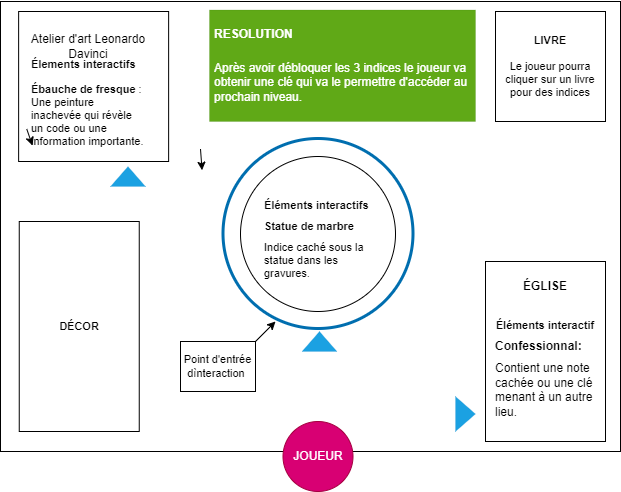
Before: medias/renaissance.png, a diagram exported from draw.io (Chrono-Escape-Project/VR-Escape-Game). Source tidied: cells renumbered, new cells last; positions are measured from the earlier drawing's top-left corner, leaving out a move shared by most shapes. The source it was exported from:
```xml
<mxGraphModel>
  <root>
    <mxCell id="0" />
    <mxCell id="1" parent="0" />
    <mxCell id="2" style="whiteSpace=wrap;html=1;" parent="1" vertex="1">
      <mxGeometry width="620" height="450" as="geometry" />
    </mxCell>
    <mxCell id="3" value="JOUEUR" style="ellipse;whiteSpace=wrap;html=1;fillColor=#d80073;fontColor=#ffffff;strokeColor=#A50040;" parent="1" vertex="1">
      <mxGeometry x="282.5" y="420" width="70" height="70" as="geometry" />
    </mxCell>
    <mxCell id="4" style="ellipse;whiteSpace=wrap;html=1;" parent="1" vertex="1">
      <mxGeometry x="240" y="155" width="155" height="155" as="geometry" />
    </mxCell>
    <mxCell id="5" value="Atelier d'art Leonardo Davinci" style="text;html=1;strokeColor=none;fillColor=none;align=center;verticalAlign=middle;whiteSpace=wrap;rounded=0;" parent="1" vertex="1">
      <mxGeometry x="18.1" y="30" width="140" height="30" as="geometry" />
    </mxCell>
    <mxCell id="6" value="&lt;h1 style=&quot;font-size: 11px;&quot;&gt;&lt;font style=&quot;font-size: 11px;&quot;&gt;Élements interactifs&lt;/font&gt;&lt;/h1&gt;&lt;p style=&quot;font-size: 11px;&quot;&gt;&lt;font style=&quot;font-size: 11px;&quot;&gt;&lt;strong style=&quot;&quot;&gt;Ébauche de fresque&lt;/strong&gt; : Une peinture inachevée qui révèle un code ou une information importante.&lt;/font&gt;&lt;br&gt;&lt;/p&gt;" style="text;html=1;strokeColor=none;fillColor=none;spacing=5;spacingTop=-20;whiteSpace=wrap;overflow=hidden;rounded=0;strokeWidth=0;" parent="1" vertex="1">
      <mxGeometry x="26.2" y="60" width="123.8" height="90" as="geometry" />
    </mxCell>
    <mxCell id="7" value="&lt;b&gt;DÉCOR&lt;/b&gt;" style="rounded=0;whiteSpace=wrap;html=1;strokeWidth=1;fontSize=11;" parent="1" vertex="1">
      <mxGeometry x="18.8" y="220" width="120" height="210" as="geometry" />
    </mxCell>
    <mxCell id="8" style="shape=trapezoid;perimeter=trapezoidPerimeter;whiteSpace=wrap;html=1;fixedSize=1;strokeWidth=0;fontSize=11;fillColor=#1ba1e2;fontColor=#ffffff;strokeColor=#006EAF;" parent="1" vertex="1">
      <mxGeometry x="110" y="165" width="35" height="20" as="geometry" />
    </mxCell>
    <mxCell id="9" style="ellipse;whiteSpace=wrap;html=1;strokeWidth=3;fontSize=11;fillColor=none;fontColor=#ffffff;strokeColor=#006EAF;" parent="1" vertex="1">
      <mxGeometry x="222.5" y="137" width="190" height="190" as="geometry" />
    </mxCell>
    <mxCell id="10" value="&lt;b&gt;LIVRE&lt;br&gt;&amp;nbsp;&lt;/b&gt;&lt;br&gt;Le joueur pourra cliquer sur un livre pour des indices" style="whiteSpace=wrap;html=1;strokeWidth=1;fontSize=11;fillColor=none;strokeColor=default;" parent="1" vertex="1">
      <mxGeometry x="495" y="10" width="110" height="110" as="geometry" />
    </mxCell>
    <mxCell id="11" value="&lt;h1 style=&quot;font-size: 11px;&quot;&gt;&lt;br&gt;&lt;/h1&gt;&lt;h1 style=&quot;font-size: 11px;&quot;&gt;&lt;br&gt;&lt;/h1&gt;&lt;h1 style=&quot;font-size: 11px;&quot;&gt;Éléments interactifs&amp;nbsp;&lt;/h1&gt;&lt;h1 style=&quot;font-size: 11px;&quot;&gt;Statue de marbre&lt;/h1&gt;&lt;h1 style=&quot;font-size: 11px;&quot;&gt;&lt;span style=&quot;font-weight: normal; background-color: initial;&quot;&gt;Indice caché sous la statue dans les gravures.&lt;/span&gt;&lt;br&gt;&lt;/h1&gt;" style="text;html=1;strokeColor=none;fillColor=none;spacing=5;spacingTop=-20;whiteSpace=wrap;overflow=hidden;rounded=0;strokeWidth=1;fontSize=11;" parent="1" vertex="1">
      <mxGeometry x="259" y="160" width="130" height="120" as="geometry" />
    </mxCell>
    <mxCell id="12" value="Point d'entrée dìnteraction&amp;nbsp;" style="text;html=1;strokeColor=default;fillColor=default;align=center;verticalAlign=middle;whiteSpace=wrap;rounded=0;strokeWidth=1;fontSize=11;" parent="1" vertex="1">
      <mxGeometry x="180" y="340" width="75" height="50" as="geometry" />
    </mxCell>
    <mxCell id="13" style="endArrow=classic;html=1;fontSize=11;exitX=1;exitY=0;exitDx=0;exitDy=0;" parent="1" edge="1" source="12">
      <mxGeometry relative="1" as="geometry">
        <mxPoint x="275" y="320" as="targetPoint" />
      </mxGeometry>
    </mxCell>
    <mxCell id="14" style="rounded=0;whiteSpace=wrap;html=1;strokeColor=default;strokeWidth=1;fontSize=11;fillColor=default;" parent="1" vertex="1">
      <mxGeometry x="485" y="260" width="120" height="180" as="geometry" />
    </mxCell>
    <mxCell id="15" value="&lt;h1 style=&quot;font-size: 12px;&quot;&gt;&lt;font style=&quot;font-size: 12px;&quot;&gt;&lt;strong style=&quot;&quot;&gt;Confessionnal&lt;/strong&gt;:&amp;nbsp;&lt;/font&gt;&lt;/h1&gt;&lt;h1 style=&quot;font-size: 12px;&quot;&gt;&lt;span style=&quot;font-weight: normal;&quot;&gt;&lt;font style=&quot;font-size: 12px;&quot;&gt;Contient une note cachée ou une clé menant à un autre lieu.&lt;/font&gt;&lt;/span&gt;&lt;br&gt;&lt;/h1&gt;" style="text;html=1;strokeColor=none;fillColor=none;spacing=5;spacingTop=-20;whiteSpace=wrap;overflow=hidden;rounded=0;strokeWidth=1;fontSize=11;" parent="1" vertex="1">
      <mxGeometry x="490" y="340" width="110" height="80" as="geometry" />
    </mxCell>
    <mxCell id="16" value="&lt;b&gt;&lt;font style=&quot;font-size: 11px;&quot;&gt;Éléments interactif&lt;/font&gt;&lt;/b&gt;" style="text;html=1;strokeColor=none;fillColor=none;align=center;verticalAlign=middle;whiteSpace=wrap;rounded=0;strokeWidth=0;fontSize=12;" parent="1" vertex="1">
      <mxGeometry x="485" y="307" width="120" height="33" as="geometry" />
    </mxCell>
    <mxCell id="17" value="&lt;b&gt;ÉGLISE&lt;/b&gt;" style="text;html=1;strokeColor=none;fillColor=none;align=center;verticalAlign=middle;whiteSpace=wrap;rounded=0;strokeWidth=0;fontSize=12;" parent="1" vertex="1">
      <mxGeometry x="515" y="270" width="60" height="30" as="geometry" />
    </mxCell>
    <mxCell id="18" value="&lt;h1 style=&quot;&quot;&gt;&lt;font style=&quot;font-size: 12px;&quot;&gt;RESOLUTION&lt;/font&gt;&lt;/h1&gt;&lt;p style=&quot;&quot;&gt;&lt;font style=&quot;font-size: 12px;&quot;&gt;Après avoir débloquer les 3 indices le joueur va obtenir une clé qui va le permettre d'accéder au prochain niveau.&lt;/font&gt;&lt;/p&gt;" style="text;html=1;strokeColor=#2D7600;fillColor=#60a917;spacing=5;spacingTop=-20;whiteSpace=wrap;overflow=hidden;rounded=0;strokeWidth=0;fontSize=12;fontColor=#ffffff;" parent="1" vertex="1">
      <mxGeometry x="209" y="8.5" width="266" height="111.5" as="geometry" />
    </mxCell>
    <mxCell id="19" style="edgeStyle=none;html=1;exitX=1;exitY=0.5;exitDx=0;exitDy=0;entryX=1.01;entryY=0.637;entryDx=0;entryDy=0;entryPerimeter=0;fontSize=12;" parent="1" edge="1">
      <mxGeometry relative="1" as="geometry">
        <mxPoint x="200" y="147.5" as="sourcePoint" />
        <mxPoint x="201.5" y="168.7" as="targetPoint" />
      </mxGeometry>
    </mxCell>
    <mxCell id="20" style="edgeStyle=none;html=1;exitX=0;exitY=0.75;exitDx=0;exitDy=0;entryX=0.046;entryY=0.933;entryDx=0;entryDy=0;entryPerimeter=0;fontSize=12;" parent="1" edge="1" source="6" target="6">
      <mxGeometry relative="1" as="geometry" />
    </mxCell>
    <mxCell id="21" style="whiteSpace=wrap;html=1;strokeColor=default;strokeWidth=1;fontSize=12;fillColor=none;" parent="1" vertex="1">
      <mxGeometry x="18.1" y="10" width="150" height="150" as="geometry" />
    </mxCell>
    <mxCell id="22" style="shape=trapezoid;perimeter=trapezoidPerimeter;whiteSpace=wrap;html=1;fixedSize=1;strokeWidth=0;fontSize=11;fillColor=#1ba1e2;fontColor=#ffffff;strokeColor=#006EAF;direction=south;" parent="1" vertex="1">
      <mxGeometry x="455" y="395" width="20" height="35" as="geometry" />
    </mxCell>
    <mxCell id="23" style="shape=trapezoid;perimeter=trapezoidPerimeter;whiteSpace=wrap;html=1;fixedSize=1;strokeWidth=0;fontSize=11;fillColor=#1ba1e2;fontColor=#ffffff;strokeColor=#006EAF;direction=east;" parent="1" vertex="1">
      <mxGeometry x="301.5" y="330" width="35" height="20" as="geometry" />
    </mxCell>
  </root>
</mxGraphModel>
```
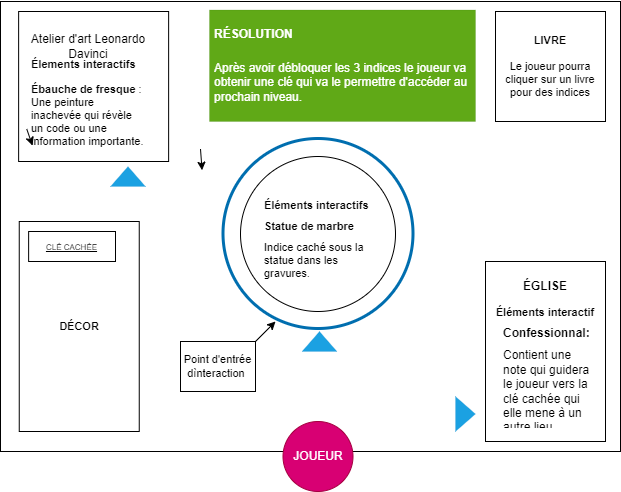
The same diagram one commit later.

Commit message:
Schema programmation renaissance

Change to the diagram source:
```diff
@@ -43,16 +43,16 @@
     <mxCell id="14" style="rounded=0;whiteSpace=wrap;html=1;strokeColor=default;strokeWidth=1;fontSize=11;fillColor=default;" parent="1" vertex="1">
       <mxGeometry x="485" y="260" width="120" height="180" as="geometry" />
     </mxCell>
-    <mxCell id="15" value="&lt;h1 style=&quot;font-size: 12px;&quot;&gt;&lt;font style=&quot;font-size: 12px;&quot;&gt;&lt;strong style=&quot;&quot;&gt;Confessionnal&lt;/strong&gt;:&amp;nbsp;&lt;/font&gt;&lt;/h1&gt;&lt;h1 style=&quot;font-size: 12px;&quot;&gt;&lt;span style=&quot;font-weight: normal;&quot;&gt;&lt;font style=&quot;font-size: 12px;&quot;&gt;Contient une note cachée ou une clé menant à un autre lieu.&lt;/font&gt;&lt;/span&gt;&lt;br&gt;&lt;/h1&gt;" style="text;html=1;strokeColor=none;fillColor=none;spacing=5;spacingTop=-20;whiteSpace=wrap;overflow=hidden;rounded=0;strokeWidth=1;fontSize=11;" parent="1" vertex="1">
-      <mxGeometry x="490" y="340" width="110" height="80" as="geometry" />
+    <mxCell id="15" value="&lt;h1 style=&quot;font-size: 12px;&quot;&gt;&lt;font style=&quot;font-size: 12px;&quot;&gt;&lt;strong style=&quot;&quot;&gt;Confessionnal&lt;/strong&gt;:&amp;nbsp;&lt;/font&gt;&lt;/h1&gt;&lt;h1 style=&quot;font-size: 12px;&quot;&gt;&lt;span style=&quot;font-weight: normal;&quot;&gt;&lt;font style=&quot;font-size: 12px;&quot;&gt;Contient une note qui guidera le joueur vers la clé cachée qui elle mene à un autre lieu.&lt;/font&gt;&lt;/span&gt;&lt;br&gt;&lt;/h1&gt;" style="text;html=1;strokeColor=none;fillColor=none;spacing=5;spacingTop=-20;whiteSpace=wrap;overflow=hidden;rounded=0;strokeWidth=1;fontSize=11;" parent="1" vertex="1">
+      <mxGeometry x="497.5" y="327" width="95" height="100" as="geometry" />
     </mxCell>
     <mxCell id="16" value="&lt;b&gt;&lt;font style=&quot;font-size: 11px;&quot;&gt;Éléments interactif&lt;/font&gt;&lt;/b&gt;" style="text;html=1;strokeColor=none;fillColor=none;align=center;verticalAlign=middle;whiteSpace=wrap;rounded=0;strokeWidth=0;fontSize=12;" parent="1" vertex="1">
-      <mxGeometry x="485" y="307" width="120" height="33" as="geometry" />
+      <mxGeometry x="485" y="294" width="120" height="33" as="geometry" />
     </mxCell>
     <mxCell id="17" value="&lt;b&gt;ÉGLISE&lt;/b&gt;" style="text;html=1;strokeColor=none;fillColor=none;align=center;verticalAlign=middle;whiteSpace=wrap;rounded=0;strokeWidth=0;fontSize=12;" parent="1" vertex="1">
       <mxGeometry x="515" y="270" width="60" height="30" as="geometry" />
     </mxCell>
-    <mxCell id="18" value="&lt;h1 style=&quot;&quot;&gt;&lt;font style=&quot;font-size: 12px;&quot;&gt;RESOLUTION&lt;/font&gt;&lt;/h1&gt;&lt;p style=&quot;&quot;&gt;&lt;font style=&quot;font-size: 12px;&quot;&gt;Après avoir débloquer les 3 indices le joueur va obtenir une clé qui va le permettre d'accéder au prochain niveau.&lt;/font&gt;&lt;/p&gt;" style="text;html=1;strokeColor=#2D7600;fillColor=#60a917;spacing=5;spacingTop=-20;whiteSpace=wrap;overflow=hidden;rounded=0;strokeWidth=0;fontSize=12;fontColor=#ffffff;" parent="1" vertex="1">
+    <mxCell id="18" value="&lt;h1 style=&quot;&quot;&gt;&lt;font style=&quot;font-size: 12px;&quot;&gt;RÉSOLUTION&lt;/font&gt;&lt;/h1&gt;&lt;p style=&quot;&quot;&gt;&lt;font style=&quot;font-size: 12px;&quot;&gt;Après avoir débloquer les 3 indices le joueur va obtenir une clé qui va le permettre d'accéder au prochain niveau.&lt;/font&gt;&lt;/p&gt;" style="text;html=1;strokeColor=#2D7600;fillColor=#60a917;spacing=5;spacingTop=-20;whiteSpace=wrap;overflow=hidden;rounded=0;strokeWidth=0;fontSize=12;fontColor=#ffffff;" parent="1" vertex="1">
       <mxGeometry x="209" y="8.5" width="266" height="111.5" as="geometry" />
     </mxCell>
     <mxCell id="19" style="edgeStyle=none;html=1;exitX=1;exitY=0.5;exitDx=0;exitDy=0;entryX=1.01;entryY=0.637;entryDx=0;entryDy=0;entryPerimeter=0;fontSize=12;" parent="1" edge="1">
@@ -73,5 +73,8 @@
     <mxCell id="23" style="shape=trapezoid;perimeter=trapezoidPerimeter;whiteSpace=wrap;html=1;fixedSize=1;strokeWidth=0;fontSize=11;fillColor=#1ba1e2;fontColor=#ffffff;strokeColor=#006EAF;direction=east;" parent="1" vertex="1">
       <mxGeometry x="301.5" y="330" width="35" height="20" as="geometry" />
     </mxCell>
+    <mxCell id="24" value="&lt;font style=&quot;font-size: 8px;&quot;&gt;&lt;u&gt;CLÉ CACHÉE&lt;/u&gt;&lt;/font&gt;" style="rounded=0;whiteSpace=wrap;html=1;" parent="1" vertex="1">
+      <mxGeometry x="28.1" y="230" width="86.9" height="30" as="geometry" />
+    </mxCell>
   </root>
 </mxGraphModel>
```
